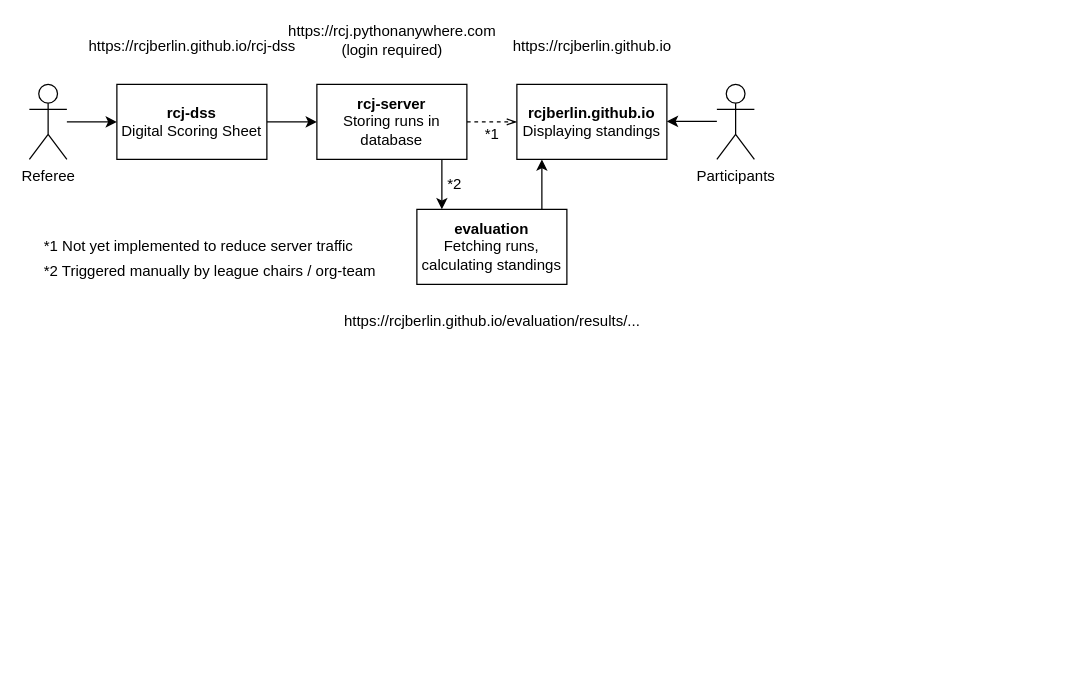
Earlier version of the draw.io diagram docs/structure_rcj_berlin.drawio (rcjberlin/GENERAL). Source tidied: cells renumbered, new cells numbered last; positions are measured from the earlier drawing's top-left corner, leaving out a move shared by most shapes. Both pictures are drawn from the tidied source at 125%, with x=0, y=0 at pixel (29, 21).
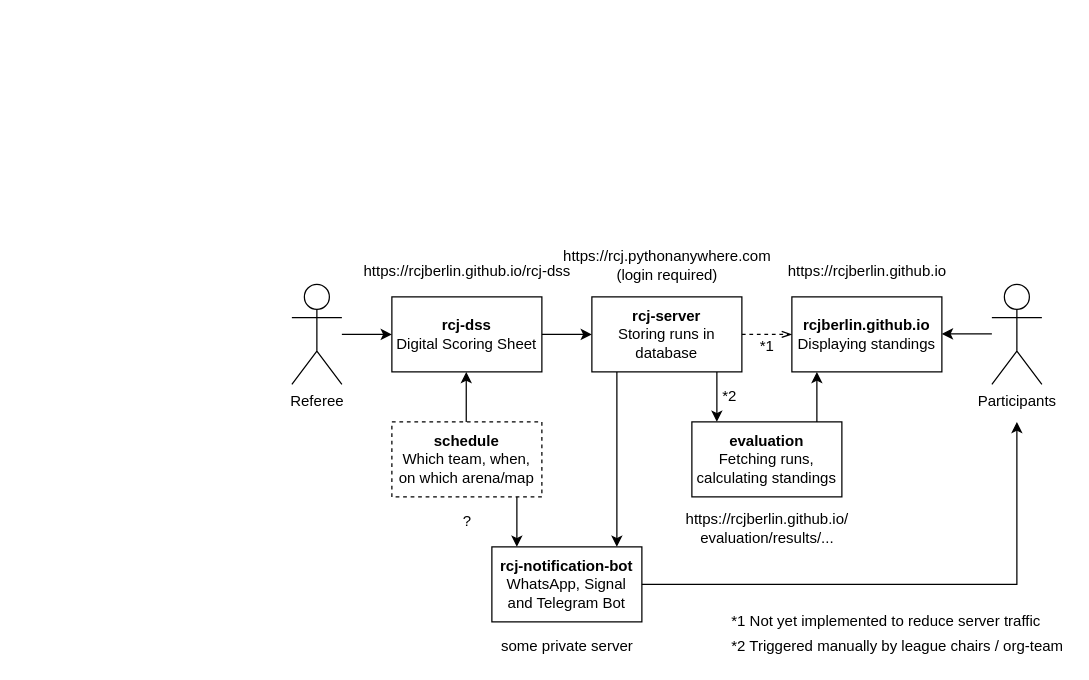
The same diagram, later.

Commit message (it also covers changes not shown here):
update graphic with structure of services/repositories

The edit, as a diff of the source:
```diff
@@
     <mxCell id="2" value="&lt;div&gt;Referee&lt;/div&gt;" style="shape=umlActor;verticalLabelPosition=bottom;labelBackgroundColor=#ffffff;verticalAlign=top;html=1;" parent="1" vertex="1">
-      <mxGeometry y="50" width="30" height="60" as="geometry" />
+      <mxGeometry x="210" y="210" width="40" height="80" as="geometry" />
     </mxCell>
@@
     <mxCell id="4" value="&lt;div&gt;&lt;b&gt;rcj-dss&lt;/b&gt;&lt;/div&gt;&lt;div&gt;Digital Scoring Sheet&lt;/div&gt;" style="rounded=0;whiteSpace=wrap;html=1;" parent="1" vertex="1">
-      <mxGeometry x="70" y="50" width="120" height="60" as="geometry" />
+      <mxGeometry x="290" y="220" width="120" height="60" as="geometry" />
     </mxCell>
@@
     <mxCell id="6" value="&lt;div&gt;&lt;b&gt;rcj-server&lt;/b&gt;&lt;/div&gt;&lt;div&gt;Storing runs in database&lt;br&gt;&lt;/div&gt;" style="rounded=0;whiteSpace=wrap;html=1;" parent="1" vertex="1">
-      <mxGeometry x="230" y="50" width="120" height="60" as="geometry" />
+      <mxGeometry x="450" y="220" width="120" height="60" as="geometry" />
     </mxCell>
     <mxCell id="7" value="&lt;div&gt;&lt;b&gt;evaluation&lt;/b&gt;&lt;/div&gt;&lt;div&gt;Fetching runs, calculating standings&lt;br&gt;&lt;/div&gt;" style="rounded=0;whiteSpace=wrap;html=1;" parent="1" vertex="1">
-      <mxGeometry x="310" y="150" width="120" height="60" as="geometry" />
+      <mxGeometry x="530" y="320" width="120" height="60" as="geometry" />
     </mxCell>
     <mxCell id="8" value="&lt;div&gt;&lt;b&gt;rcjberlin.github.io&lt;/b&gt;&lt;/div&gt;&lt;div&gt;Displaying standings&lt;br&gt;&lt;b&gt;&lt;/b&gt;&lt;/div&gt;" style="rounded=0;whiteSpace=wrap;html=1;" parent="1" vertex="1">
-      <mxGeometry x="390" y="50" width="120" height="60" as="geometry" />
+      <mxGeometry x="610" y="220" width="120" height="60" as="geometry" />
     </mxCell>
     <mxCell id="9" value="&lt;div&gt;Participants&lt;/div&gt;" style="shape=umlActor;verticalLabelPosition=bottom;labelBackgroundColor=#ffffff;verticalAlign=top;html=1;" parent="1" vertex="1">
-      <mxGeometry x="550" y="50" width="30" height="60" as="geometry" />
+      <mxGeometry x="770" y="210" width="40" height="80" as="geometry" />
     </mxCell>
-    <mxCell id="10" style="endArrow=classic;html=1;entryX=0;entryY=0.5;entryDx=0;entryDy=0;" parent="1" edge="1" target="4">
-      <mxGeometry relative="1" as="geometry">
-        <mxPoint x="30" y="80" as="sourcePoint" />
-      </mxGeometry>
-    </mxCell>
-    <mxCell id="11" style="endArrow=classic;html=1;" parent="1" edge="1">
-      <mxGeometry relative="1" as="geometry">
-        <mxPoint x="330" y="110" as="sourcePoint" />
-        <mxPoint x="330" y="150" as="targetPoint" />
-      </mxGeometry>
-    </mxCell>
-    <mxCell id="12" style="endArrow=classic;html=1;" parent="1" edge="1">
-      <mxGeometry relative="1" as="geometry">
-        <mxPoint x="410" y="150" as="sourcePoint" />
-        <mxPoint x="410" y="110" as="targetPoint" />
-      </mxGeometry>
-    </mxCell>
-    <mxCell id="13" style="endArrow=classic;html=1;" parent="1" edge="1">
-      <mxGeometry relative="1" as="geometry">
-        <mxPoint x="550" y="79.6" as="sourcePoint" />
-        <mxPoint x="510" y="79.6" as="targetPoint" />
-      </mxGeometry>
-    </mxCell>
+    <mxCell id="22" style="endArrow=classic;html=1;entryX=0;entryY=0.5;entryDx=0;entryDy=0;" parent="1" edge="1" target="4">
+      <mxGeometry relative="1" as="geometry">
+        <mxPoint x="250" y="250" as="sourcePoint" />
+      </mxGeometry>
+    </mxCell>
+    <mxCell id="23" style="endArrow=classic;html=1;" parent="1" edge="1">
+      <mxGeometry relative="1" as="geometry">
+        <mxPoint x="550" y="280" as="sourcePoint" />
+        <mxPoint x="550" y="320" as="targetPoint" />
+      </mxGeometry>
+    </mxCell>
+    <mxCell id="24" style="endArrow=classic;html=1;" parent="1" edge="1">
+      <mxGeometry relative="1" as="geometry">
+        <mxPoint x="630" y="320" as="sourcePoint" />
+        <mxPoint x="630" y="280" as="targetPoint" />
+      </mxGeometry>
+    </mxCell>
+    <mxCell id="25" style="endArrow=classic;html=1;" parent="1" edge="1">
+      <mxGeometry relative="1" as="geometry">
+        <mxPoint x="770" y="249.6" as="sourcePoint" />
+        <mxPoint x="730" y="249.6" as="targetPoint" />
+      </mxGeometry>
+    </mxCell>
     <mxCell id="14" value="https://rcjberlin.github.io/rcj-dss" style="text;html=1;align=center;verticalAlign=middle;" parent="1" vertex="1">
-      <mxGeometry x="40" y="10" width="180" height="20" as="geometry" />
+      <mxGeometry x="260" y="190" width="180" height="20" as="geometry" />
     </mxCell>
     <mxCell id="15" value="&lt;div&gt;https://rcj.pythonanywhere.com&lt;/div&gt;&lt;div&gt;(login required)&lt;br&gt;&lt;/div&gt;" style="text;html=1;align=center;verticalAlign=middle;" parent="1" vertex="1">
-      <mxGeometry x="200" width="180" height="30" as="geometry" />
+      <mxGeometry x="420" y="180" width="180" height="30" as="geometry" />
     </mxCell>
     <mxCell id="16" value="&lt;div&gt;https://rcjberlin.github.io&lt;/div&gt;" style="text;html=1;align=center;verticalAlign=middle;" parent="1" vertex="1">
-      <mxGeometry x="380" y="10" width="140" height="20" as="geometry" />
+      <mxGeometry x="600" y="190" width="140" height="20" as="geometry" />
     </mxCell>
     <mxCell id="17" value="*1" style="text;html=1;align=center;verticalAlign=middle;" parent="1" vertex="1">
-      <mxGeometry x="355" y="80" width="30" height="20" as="geometry" />
+      <mxGeometry x="575" y="250" width="30" height="20" as="geometry" />
     </mxCell>
     <mxCell id="18" value="*2" style="text;html=1;align=center;verticalAlign=middle;" parent="1" vertex="1">
-      <mxGeometry x="325" y="120" width="30" height="20" as="geometry" />
+      <mxGeometry x="545" y="290" width="30" height="20" as="geometry" />
     </mxCell>
     <mxCell id="19" value="&lt;div align=&quot;left&quot;&gt;*1 Not yet implemented to reduce server traffic&lt;br&gt;&lt;/div&gt;" style="text;html=1;align=left;verticalAlign=middle;" parent="1" vertex="1">
-      <mxGeometry x="10" y="170" width="260" height="20" as="geometry" />
+      <mxGeometry x="560" y="470" width="260" height="20" as="geometry" />
     </mxCell>
     <mxCell id="20" value="&lt;div align=&quot;left&quot;&gt;*2 Triggered manually by league chairs / org-team&lt;/div&gt;" style="text;html=1;align=left;verticalAlign=middle;" parent="1" vertex="1">
-      <mxGeometry x="10" y="190" width="270" height="20" as="geometry" />
+      <mxGeometry x="560" y="490" width="270" height="20" as="geometry" />
     </mxCell>
-    <mxCell id="21" value="https://rcjberlin.github.io/evaluation/results/..." style="text;html=1;align=center;verticalAlign=middle;" parent="1" vertex="1">
-      <mxGeometry x="250" y="230" width="240" height="20" as="geometry" />
-    </mxCell>
+    <mxCell id="26" value="https://rcjberlin.github.io/&lt;br&gt;evaluation/results/..." style="text;html=1;align=center;verticalAlign=middle;" parent="1" vertex="1">
+      <mxGeometry x="520" y="390" width="140" height="30" as="geometry" />
+    </mxCell>
+    <mxCell id="27" value="&lt;b&gt;rcj-notification-bot&lt;/b&gt;&lt;div&gt;WhatsApp, Signal and Telegram Bot&lt;br&gt;&lt;/div&gt;" style="rounded=0;whiteSpace=wrap;html=1;" parent="1" vertex="1">
+      <mxGeometry x="370" y="420" width="120" height="60" as="geometry" />
+    </mxCell>
+    <mxCell id="28" style="endArrow=classic;html=1;" parent="1" edge="1">
+      <mxGeometry relative="1" as="geometry">
+        <mxPoint x="470" y="280" as="sourcePoint" />
+        <mxPoint x="470" y="420" as="targetPoint" />
+      </mxGeometry>
+    </mxCell>
+    <mxCell id="29" style="endArrow=classic;html=1;rounded=0;" parent="1" edge="1">
+      <mxGeometry relative="1" as="geometry">
+        <mxPoint x="490" y="450" as="sourcePoint" />
+        <mxPoint x="790" y="320" as="targetPoint" />
+        <Array as="points">
+          <mxPoint x="790" y="450" />
+        </Array>
+      </mxGeometry>
+    </mxCell>
+    <mxCell id="30" value="&lt;div&gt;&lt;b&gt;schedule&lt;/b&gt;&lt;/div&gt;&lt;div&gt;Which team, when, on which arena/map&lt;br&gt;&lt;/div&gt;" style="rounded=0;whiteSpace=wrap;html=1;dashed=1;" parent="1" vertex="1">
+      <mxGeometry x="290" y="320" width="120" height="60" as="geometry" />
+    </mxCell>
+    <mxCell id="31" style="endArrow=classic;html=1;" parent="1" edge="1">
+      <mxGeometry relative="1" as="geometry">
+        <mxPoint x="349.5" y="320" as="sourcePoint" />
+        <mxPoint x="349.5" y="280" as="targetPoint" />
+      </mxGeometry>
+    </mxCell>
+    <mxCell id="32" style="endArrow=classic;html=1;" parent="1" edge="1">
+      <mxGeometry relative="1" as="geometry">
+        <mxPoint x="390" y="380" as="sourcePoint" />
+        <mxPoint x="390" y="420" as="targetPoint" />
+      </mxGeometry>
+    </mxCell>
+    <mxCell id="33" value="some private server" style="text;html=1;align=center;verticalAlign=middle;" parent="1" vertex="1">
+      <mxGeometry x="370" y="490" width="120" height="20" as="geometry" />
+    </mxCell>
+    <mxCell id="34" value="?" style="text;html=1;align=center;verticalAlign=middle;" parent="1" vertex="1">
+      <mxGeometry x="340" y="390" width="20" height="20" as="geometry" />
+    </mxCell>
```
